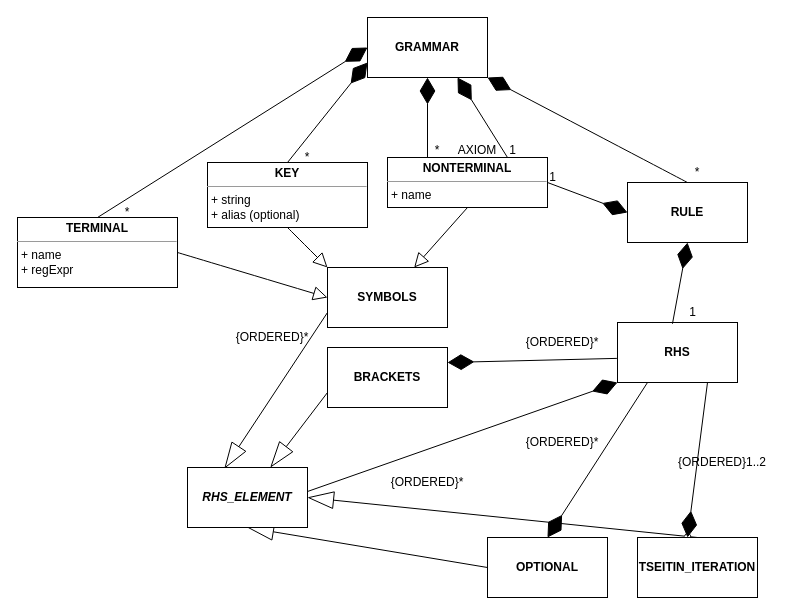
This is docs/raw_diagrams/rbnf_metamodel.drawio from aVorotnikov/atre, a draw.io file, before an edit. Source tidied: cells renumbered, new cells numbered last; positions are measured from the earlier drawing's top-left corner, leaving out a move shared by most shapes. Both pictures are drawn from the tidied source at 100%, with x=0, y=0 at pixel (17, 17).
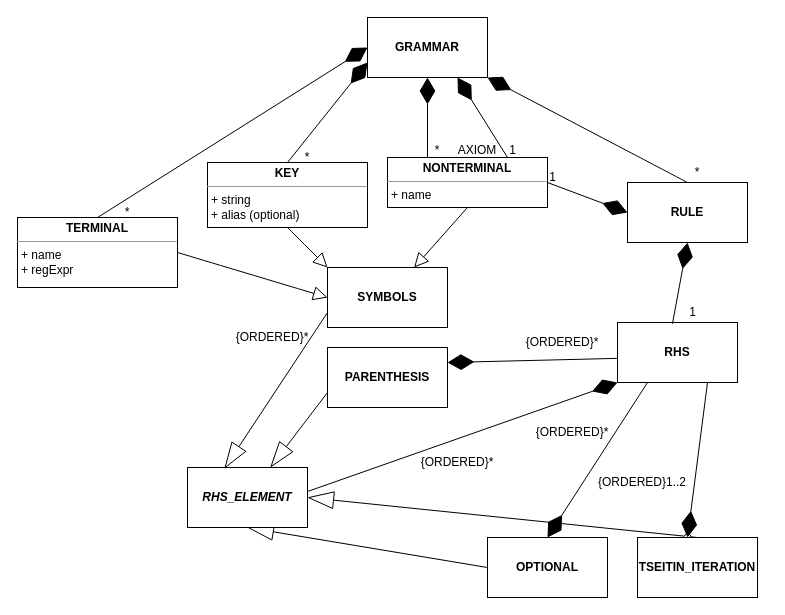
The same diagram, later.

Commit message (it also covers changes not shown here):
Минорные исправления

The edit, as a diff of the source:
```diff
@@
-    <mxCell id="21" value="&lt;b&gt;BRACKETS&lt;/b&gt;" style="rounded=0;whiteSpace=wrap;html=1;" parent="1" vertex="1">
+    <mxCell id="21" value="&lt;b&gt;PARENTHESIS&lt;/b&gt;" style="rounded=0;whiteSpace=wrap;html=1;" parent="1" vertex="1">
       <mxGeometry x="310" y="330" width="120" height="60" as="geometry" />
     </mxCell>
@@
     <mxCell id="28" value="{ORDERED}*" style="text;html=1;strokeColor=none;fillColor=none;align=center;verticalAlign=middle;whiteSpace=wrap;rounded=0;" parent="1" vertex="1">
-      <mxGeometry x="500" y="410" width="90" height="30" as="geometry" />
+      <mxGeometry x="510" y="400" width="90" height="30" as="geometry" />
     </mxCell>
@@
     <mxCell id="32" value="{ORDERED}1..2" style="text;html=1;strokeColor=none;fillColor=none;align=center;verticalAlign=middle;whiteSpace=wrap;rounded=0;" parent="1" vertex="1">
-      <mxGeometry x="660" y="430" width="90" height="30" as="geometry" />
+      <mxGeometry x="580" y="450" width="90" height="30" as="geometry" />
     </mxCell>
@@
     <mxCell id="40" value="{ORDERED}*" style="text;html=1;strokeColor=none;fillColor=none;align=center;verticalAlign=middle;whiteSpace=wrap;rounded=0;" parent="1" vertex="1">
-      <mxGeometry x="365" y="450" width="90" height="30" as="geometry" />
+      <mxGeometry x="395" y="430" width="90" height="30" as="geometry" />
     </mxCell>
```
